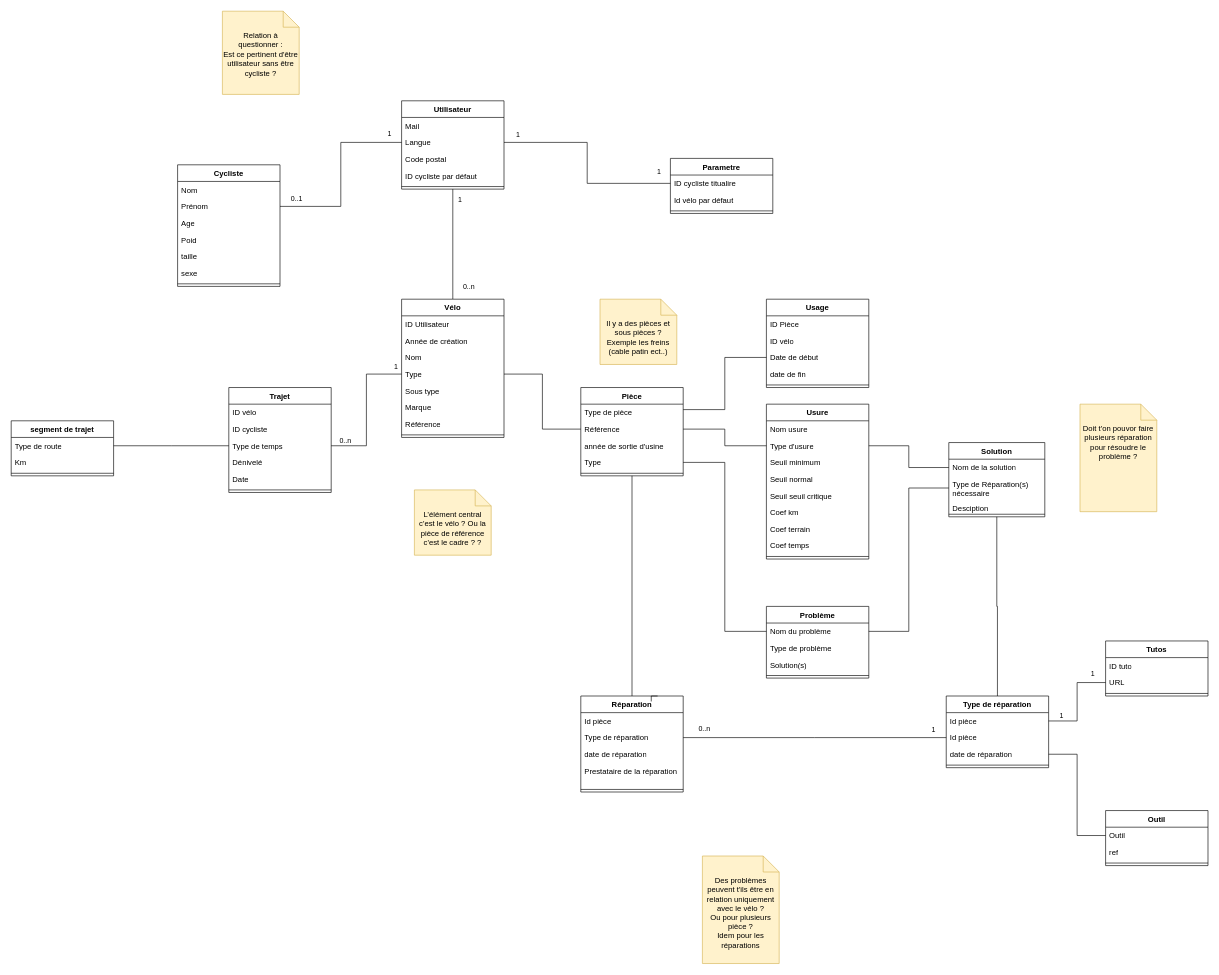
This is app vélo.drawio from Idir-smart/SandBox, a draw.io file, before an edit. Source tidied: cells renumbered, new cells numbered last; positions are measured from the earlier drawing's top-left corner, leaving out a move shared by most shapes. Both pictures are drawn from the tidied source at 64%, with x=0, y=0 at pixel (11, 11).
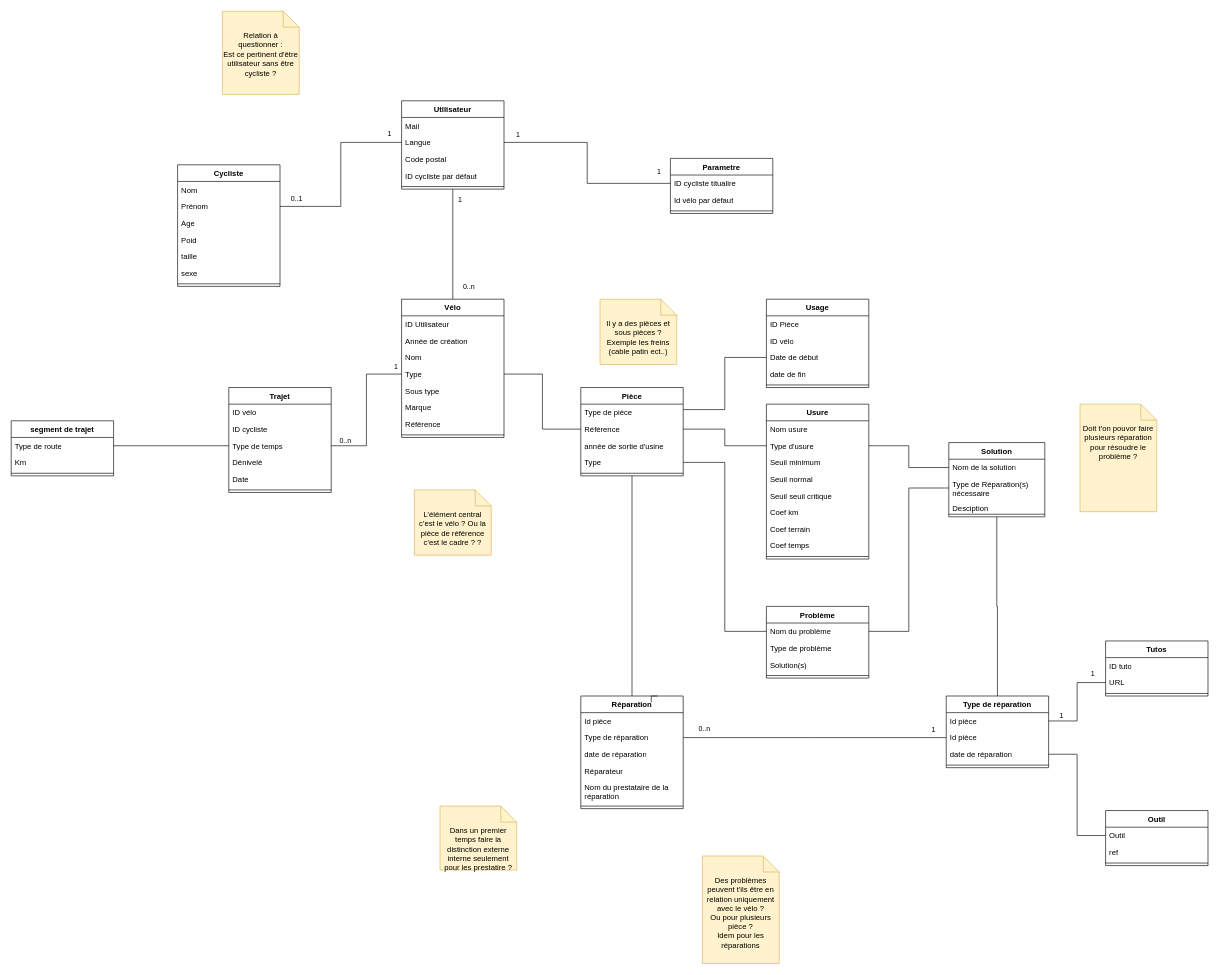
After the change.

Commit message:
Mettre à jour app vélo.drawio

The edit, as a diff of the source:
```diff
@@
     <mxCell id="96" value="Réparation " style="swimlane;fontStyle=1;align=center;verticalAlign=top;horizontal=1;startSize=26;whiteSpace=wrap;html=1;" parent="1" vertex="1">
-      <mxGeometry x="890" y="1070" width="160" height="150" as="geometry" />
+      <mxGeometry x="890" y="1070" width="160" height="176" as="geometry" />
     </mxCell>
@@
+    <mxCell id="125" value="Réparateur" style="text;strokeColor=none;fillColor=none;align=left;verticalAlign=top;spacingLeft=4;spacingRight=4;overflow=hidden;whiteSpace=wrap;html=1;" parent="96" vertex="1">
+      <mxGeometry y="104" width="160" height="26" as="geometry" />
+    </mxCell>
-    <mxCell id="100" value="Prestataire de la réparation" style="text;strokeColor=none;fillColor=none;align=left;verticalAlign=top;spacingLeft=4;spacingRight=4;overflow=hidden;whiteSpace=wrap;html=1;" parent="96" vertex="1">
-      <mxGeometry y="104" width="160" height="38" as="geometry" />
+    <mxCell id="100" value="Nom du prestataire de la réparation" style="text;strokeColor=none;fillColor=none;align=left;verticalAlign=top;spacingLeft=4;spacingRight=4;overflow=hidden;whiteSpace=wrap;html=1;" parent="96" vertex="1">
+      <mxGeometry y="130" width="160" height="38" as="geometry" />
     </mxCell>
     <mxCell id="101" style="line;strokeWidth=1;fillColor=none;align=left;verticalAlign=middle;spacingTop=-1;spacingLeft=3;spacingRight=3;labelPosition=right;strokeColor=inherit;" parent="96" vertex="1">
-      <mxGeometry y="142" width="160" height="8" as="geometry" />
+      <mxGeometry y="168" width="160" height="8" as="geometry" />
     </mxCell>
@@
+    <mxCell id="126" value="Dans un premier temps faire la distinction externe interne seulement pour les prestatire ? " style="shape=note2;boundedLbl=1;whiteSpace=wrap;html=1;size=25;verticalAlign=top;align=center;fillColor=#fff2cc;strokeColor=#d6b656;" parent="1" vertex="1">
+      <mxGeometry x="670" y="1242" width="120" height="100" as="geometry" />
+    </mxCell>
```
